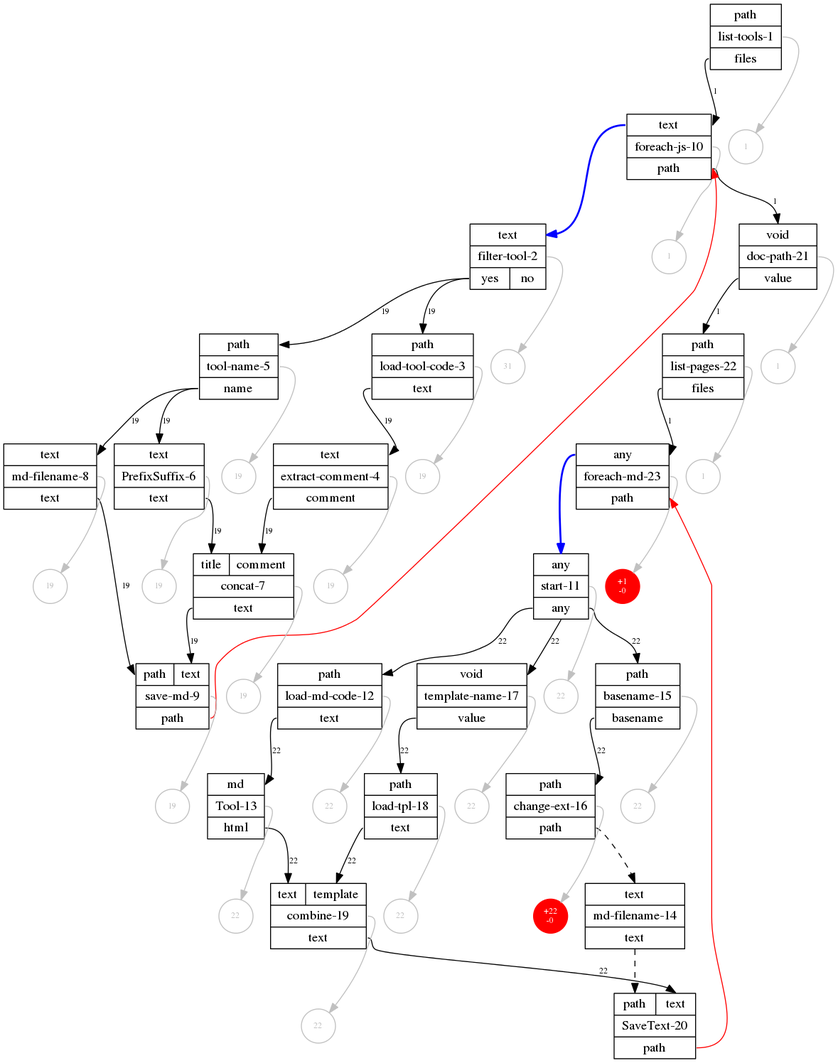
The Graphviz diagram debug.png in tolokoban/matis, before a commit. Its source is kept beside it as debug.dot.
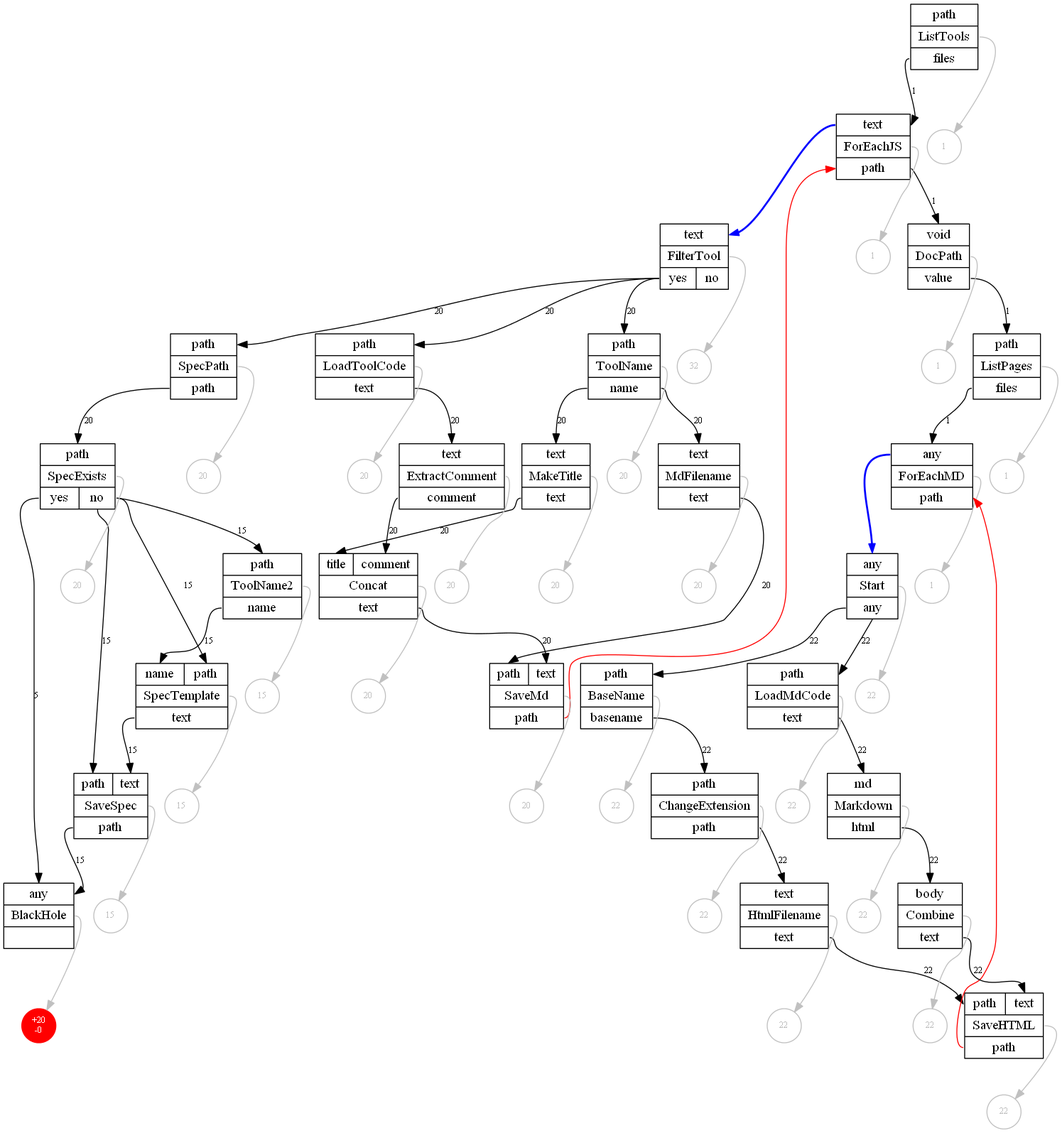
The same diagram one commit later.

Change to the diagram source:
```diff
@@ -1,78 +1,94 @@
 digraph Matis {
 node[shape=box];
-  T1[shape=record,label="{{<I0> path}|<T> list-tools-1|{<O0> files}}"];
-  T2[shape=record,label="{{<I0> text}|<T> foreach-js-10|{<O0> path}}"];
-  T3[shape=record,label="{{<I0> void}|<T> doc-path-21|{<O0> value}}"];
-  T4[shape=record,label="{{<I0> path}|<T> list-pages-22|{<O0> files}}"];
-  T5[shape=record,label="{{<I0> any}|<T> foreach-md-23|{<O0> path}}"];
-  T6[shape=record,label="{{<I0> any}|<T> start-11|{<O0> any}}"];
-  T7[shape=record,label="{{<I0> path}|<T> basename-15|{<O0> basename}}"];
-  T8[shape=record,label="{{<I0> path}|<T> change-ext-16|{<O0> path}}"];
-  T9[shape=record,label="{{<I0> text}|<T> md-filename-14|{<O0> text}}"];
-  T10[shape=record,label="{{<I0> path|<I1> text}|<T> SaveText-20|{<O0> path}}"];
-  T11[shape=record,label="{{<I0> path}|<T> load-md-code-12|{<O0> text}}"];
-  T12[shape=record,label="{{<I0> md}|<T> Tool-13|{<O0> html}}"];
-  T13[shape=record,label="{{<I0> text|<I1> template}|<T> combine-19|{<O0> text}}"];
-  T14[shape=record,label="{{<I0> void}|<T> template-name-17|{<O0> value}}"];
-  T15[shape=record,label="{{<I0> path}|<T> load-tpl-18|{<O0> text}}"];
-  T16[shape=record,label="{{<I0> text}|<T> filter-tool-2|{<O0> yes|<O1> no}}"];
-  T17[shape=record,label="{{<I0> path}|<T> tool-name-5|{<O0> name}}"];
-  T18[shape=record,label="{{<I0> text}|<T> md-filename-8|{<O0> text}}"];
-  T19[shape=record,label="{{<I0> path|<I1> text}|<T> save-md-9|{<O0> path}}"];
-  T20[shape=record,label="{{<I0> text}|<T> PrefixSuffix-6|{<O0> text}}"];
-  T21[shape=record,label="{{<I0> title|<I1> comment}|<T> concat-7|{<O0> text}}"];
-  T22[shape=record,label="{{<I0> path}|<T> load-tool-code-3|{<O0> text}}"];
-  T23[shape=record,label="{{<I0> text}|<T> extract-comment-4|{<O0> comment}}"];
+  T1[shape=record,label="{{<I0> path}|<T> ListTools|{<O0> files}}"];
+  T2[shape=record,label="{{<I0> text}|<T> ForEachJS|{<O0> path}}"];
+  T3[shape=record,label="{{<I0> void}|<T> DocPath|{<O0> value}}"];
+  T4[shape=record,label="{{<I0> path}|<T> ListPages|{<O0> files}}"];
+  T5[shape=record,label="{{<I0> any}|<T> ForEachMD|{<O0> path}}"];
+  T6[shape=record,label="{{<I0> any}|<T> Start|{<O0> any}}"];
+  T7[shape=record,label="{{<I0> path}|<T> BaseName|{<O0> basename}}"];
+  T8[shape=record,label="{{<I0> path}|<T> ChangeExtension|{<O0> path}}"];
+  T9[shape=record,label="{{<I0> text}|<T> HtmlFilename|{<O0> text}}"];
+  T10[shape=record,label="{{<I0> path|<I1> text}|<T> SaveHTML|{<O0> path}}"];
+  T11[shape=record,label="{{<I0> path}|<T> LoadMdCode|{<O0> text}}"];
+  T12[shape=record,label="{{<I0> md}|<T> Markdown|{<O0> html}}"];
+  T13[shape=record,label="{{<I0> body}|<T> Combine|{<O0> text}}"];
+  T14[shape=record,label="{{<I0> text}|<T> FilterTool|{<O0> yes|<O1> no}}"];
+  T15[shape=record,label="{{<I0> path}|<T> SpecPath|{<O0> path}}"];
+  T16[shape=record,label="{{<I0> path}|<T> SpecExists|{<O0> yes|<O1> no}}"];
+  T17[shape=record,label="{{<I0> any}|<T> BlackHole|{}}"];
+  T18[shape=record,label="{{<I0> name|<I1> path}|<T> SpecTemplate|{<O0> text}}"];
+  T19[shape=record,label="{{<I0> path|<I1> text}|<T> SaveSpec|{<O0> path}}"];
+  T20[shape=record,label="{{<I0> path}|<T> ToolName2|{<O0> name}}"];
+  T21[shape=record,label="{{<I0> path}|<T> ToolName|{<O0> name}}"];
+  T22[shape=record,label="{{<I0> text}|<T> MdFilename|{<O0> text}}"];
+  T23[shape=record,label="{{<I0> path|<I1> text}|<T> SaveMd|{<O0> path}}"];
+  T24[shape=record,label="{{<I0> text}|<T> MakeTitle|{<O0> text}}"];
+  T25[shape=record,label="{{<I0> title|<I1> comment}|<T> Concat|{<O0> text}}"];
+  T26[shape=record,label="{{<I0> path}|<T> LoadToolCode|{<O0> text}}"];
+  T27[shape=record,label="{{<I0> text}|<T> ExtractComment|{<O0> comment}}"];
 
   node[shape=circle,fontsize=9,margin=0];
   S1[color=grey,fontcolor=grey,label="1"];T1:T -> S1[color=grey,weight=999];
   S2[color=grey,fontcolor=grey,label="1"];T2:T -> S2[color=grey,weight=999];
-  S3[color=grey,fontcolor=grey,label="31"];T16:T -> S3[color=grey,weight=999];
-  S4[color=grey,fontcolor=grey,label="19"];T22:T -> S4[color=grey,weight=999];
-  S5[color=grey,fontcolor=grey,label="19"];T17:T -> S5[color=grey,weight=999];
-  S6[color=grey,fontcolor=grey,label="19"];T20:T -> S6[color=grey,weight=999];
-  S7[color=grey,fontcolor=grey,label="19"];T18:T -> S7[color=grey,weight=999];
-  S8[color=grey,fontcolor=grey,label="19"];T23:T -> S8[color=grey,weight=999];
-  S9[color=grey,fontcolor=grey,label="19"];T21:T -> S9[color=grey,weight=999];
-  S10[color=grey,fontcolor=grey,label="19"];T19:T -> S10[color=grey,weight=999];
-  S11[color=grey,fontcolor=grey,label="1"];T3:T -> S11[color=grey,weight=999];
-  S12[color=grey,fontcolor=grey,label="1"];T4:T -> S12[color=grey,weight=999];
-  S13[color=red,style=filled,fontcolor=white,label="+1\n-0"];T5:T -> S13[color=grey,weight=999];
-  S14[color=grey,fontcolor=grey,label="22"];T6:T -> S14[color=grey,weight=999];
-  S15[color=grey,fontcolor=grey,label="22"];T14:T -> S15[color=grey,weight=999];
-  S16[color=grey,fontcolor=grey,label="22"];T15:T -> S16[color=grey,weight=999];
-  S17[color=grey,fontcolor=grey,label="22"];T11:T -> S17[color=grey,weight=999];
-  S18[color=grey,fontcolor=grey,label="22"];T7:T -> S18[color=grey,weight=999];
-  S19[color=red,style=filled,fontcolor=white,label="+22\n-0"];T8:T -> S19[color=grey,weight=999];
-  S20[color=grey,fontcolor=grey,label="22"];T12:T -> S20[color=grey,weight=999];
-  S21[color=grey,fontcolor=grey,label="22"];T13:T -> S21[color=grey,weight=999];
+  S3[color=grey,fontcolor=grey,label="32"];T14:T -> S3[color=grey,weight=999];
+  S4[color=grey,fontcolor=grey,label="20"];T26:T -> S4[color=grey,weight=999];
+  S5[color=grey,fontcolor=grey,label="20"];T21:T -> S5[color=grey,weight=999];
+  S6[color=grey,fontcolor=grey,label="20"];T24:T -> S6[color=grey,weight=999];
+  S7[color=grey,fontcolor=grey,label="20"];T22:T -> S7[color=grey,weight=999];
+  S8[color=grey,fontcolor=grey,label="20"];T15:T -> S8[color=grey,weight=999];
+  S9[color=grey,fontcolor=grey,label="20"];T16:T -> S9[color=grey,weight=999];
+  S10[color=grey,fontcolor=grey,label="15"];T20:T -> S10[color=grey,weight=999];
+  S11[color=grey,fontcolor=grey,label="15"];T18:T -> S11[color=grey,weight=999];
+  S12[color=grey,fontcolor=grey,label="15"];T19:T -> S12[color=grey,weight=999];
+  S13[color=red,style=filled,fontcolor=white,label="+20\n-0"];T17:T -> S13[color=grey,weight=999];
+  S14[color=grey,fontcolor=grey,label="20"];T27:T -> S14[color=grey,weight=999];
+  S15[color=grey,fontcolor=grey,label="20"];T25:T -> S15[color=grey,weight=999];
+  S16[color=grey,fontcolor=grey,label="20"];T23:T -> S16[color=grey,weight=999];
+  S17[color=grey,fontcolor=grey,label="1"];T3:T -> S17[color=grey,weight=999];
+  S18[color=grey,fontcolor=grey,label="1"];T4:T -> S18[color=grey,weight=999];
+  S19[color=grey,fontcolor=grey,label="1"];T5:T -> S19[color=grey,weight=999];
+  S20[color=grey,fontcolor=grey,label="22"];T6:T -> S20[color=grey,weight=999];
+  S21[color=grey,fontcolor=grey,label="22"];T11:T -> S21[color=grey,weight=999];
+  S22[color=grey,fontcolor=grey,label="22"];T7:T -> S22[color=grey,weight=999];
+  S23[color=grey,fontcolor=grey,label="22"];T8:T -> S23[color=grey,weight=999];
+  S24[color=grey,fontcolor=grey,label="22"];T9:T -> S24[color=grey,weight=999];
+  S25[color=grey,fontcolor=grey,label="22"];T12:T -> S25[color=grey,weight=999];
+  S26[color=grey,fontcolor=grey,label="22"];T13:T -> S26[color=grey,weight=999];
+  S27[color=grey,fontcolor=grey,label="22"];T10:T -> S27[color=grey,weight=999];
 
   T1:O0->T2:I0[weight=9,fontsize=9,label=1];
   T2:O0->T3:I0[weight=9,fontsize=9,label=1];
-  T2:I0->T16:I0[color=blue,style=bold];
-  T19:O0->T2:O0[color=red];
+  T2:I0->T14:I0[color=blue,style=bold];
+  T23:O0->T2:O0[color=red];
   T3:O0->T4:I0[weight=9,fontsize=9,label=1];
   T4:O0->T5:I0[weight=9,fontsize=9,label=1];
   T5:I0->T6:I0[color=blue,style=bold];
   T10:O0->T5:O0[color=red];
-  T6:O0->T14:I0[weight=9,fontsize=9,label=22];
   T6:O0->T11:I0[weight=9,fontsize=9,label=22];
   T6:O0->T7:I0[weight=9,fontsize=9,label=22];
   T7:O0->T8:I0[weight=9,fontsize=9,label=22];
-  T8:O0->T9:I0[weight=9,style=dashed];
-  T9:O0->T10:I0[weight=9,style=dashed];
+  T8:O0->T9:I0[weight=9,fontsize=9,label=22];
+  T9:O0->T10:I0[weight=9,fontsize=9,label=22];
   T11:O0->T12:I0[weight=9,fontsize=9,label=22];
   T12:O0->T13:I0[weight=9,fontsize=9,label=22];
   T13:O0->T10:I1[weight=9,fontsize=9,label=22];
-  T14:O0->T15:I0[weight=9,fontsize=9,label=22];
-  T15:O0->T13:I1[weight=9,fontsize=9,label=22];
-  T16:O0->T22:I0[weight=9,fontsize=9,label=19];
-  T16:O0->T17:I0[weight=9,fontsize=9,label=19];
-  T17:O0->T20:I0[weight=9,fontsize=9,label=19];
-  T17:O0->T18:I0[weight=9,fontsize=9,label=19];
-  T18:O0->T19:I0[weight=9,fontsize=9,label=19];
-  T20:O0->T21:I0[weight=9,fontsize=9,label=19];
-  T21:O0->T19:I1[weight=9,fontsize=9,label=19];
-  T22:O0->T23:I0[weight=9,fontsize=9,label=19];
-  T23:O0->T21:I1[weight=9,fontsize=9,label=19];
+  T14:O0->T26:I0[weight=9,fontsize=9,label=20];
+  T14:O0->T21:I0[weight=9,fontsize=9,label=20];
+  T14:O0->T15:I0[weight=9,fontsize=9,label=20];
+  T15:O0->T16:I0[weight=9,fontsize=9,label=20];
+  T16:O0->T17:I0[weight=9,fontsize=9,label=5];
+  T16:O1->T19:I0[weight=9,fontsize=9,label=15];
+  T16:O1->T20:I0[weight=9,fontsize=9,label=15];
+  T16:O1->T18:I1[weight=9,fontsize=9,label=15];
+  T18:O0->T19:I1[weight=9,fontsize=9,label=15];
+  T19:O0->T17:I0[weight=9,fontsize=9,label=15];
+  T20:O0->T18:I0[weight=9,fontsize=9,label=15];
+  T21:O0->T24:I0[weight=9,fontsize=9,label=20];
+  T21:O0->T22:I0[weight=9,fontsize=9,label=20];
+  T22:O0->T23:I0[weight=9,fontsize=9,label=20];
+  T24:O0->T25:I0[weight=9,fontsize=9,label=20];
+  T25:O0->T23:I1[weight=9,fontsize=9,label=20];
+  T26:O0->T27:I0[weight=9,fontsize=9,label=20];
+  T27:O0->T25:I1[weight=9,fontsize=9,label=20];
 }
```
